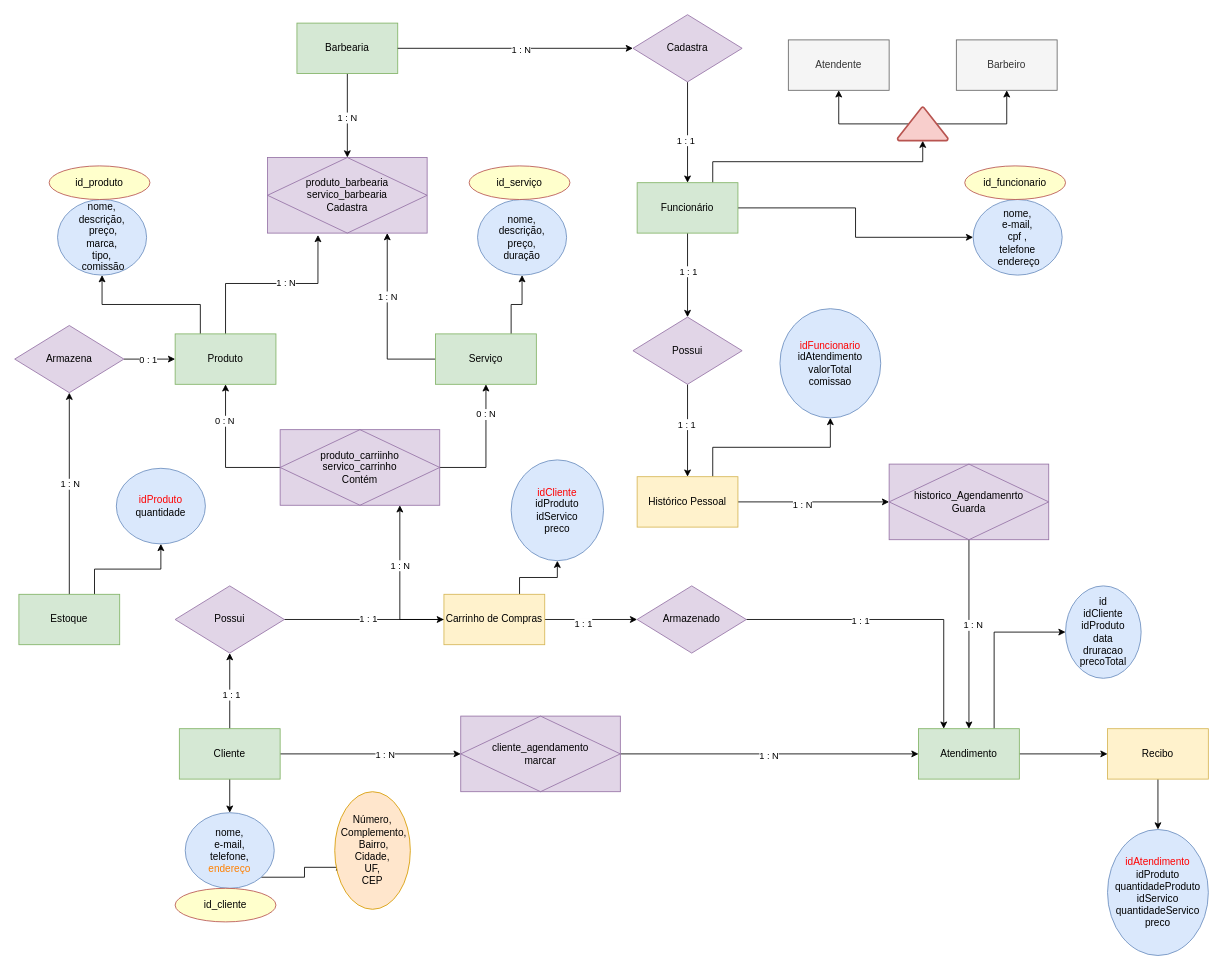
The draw.io diagram projetos/barbearia_app/V2/V1_diagrama-barbearia.drawio in Vitin-Ps/meus_projetos, before the edit. Source tidied: cells renumbered, new cells numbered last; positions are measured from the earlier drawing's top-left corner, leaving out a move shared by most shapes. Both pictures are drawn from the tidied source at 84%, with x=0, y=0 at pixel (14, 14).
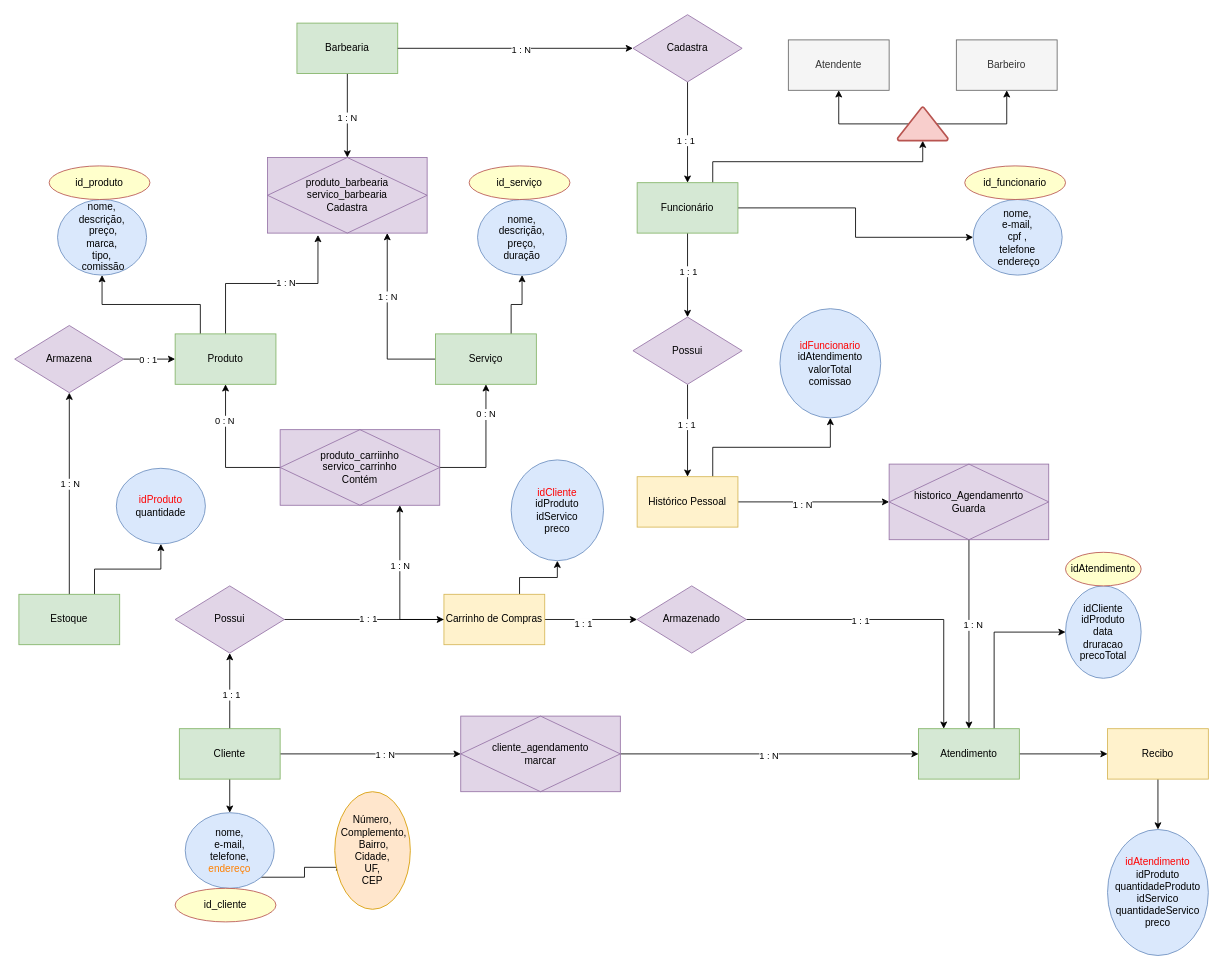
The same diagram, later.

What changed in the source:
```diff
@@
-    <mxCell id="91" value="id&lt;br&gt;idCliente&lt;br&gt;idProduto&lt;br&gt;data&lt;br&gt;druracao&lt;br&gt;precoTotal" style="ellipse;whiteSpace=wrap;html=1;fillColor=#dae8fc;strokeColor=#6c8ebf;" parent="1" vertex="1">
+    <mxCell id="91" value="idCliente&lt;br&gt;idProduto&lt;br&gt;data&lt;br&gt;druracao&lt;br&gt;precoTotal" style="ellipse;whiteSpace=wrap;html=1;fillColor=#dae8fc;strokeColor=#6c8ebf;" parent="1" vertex="1">
       <mxGeometry x="1251" y="680" width="90" height="110" as="geometry" />
     </mxCell>
+    <mxCell id="92" value="idAtendimento" style="ellipse;whiteSpace=wrap;html=1;fillColor=#FFFFCC;strokeColor=#b85450;" parent="1" vertex="1">
+      <mxGeometry x="1251" y="640" width="90" height="40" as="geometry" />
+    </mxCell>
```
